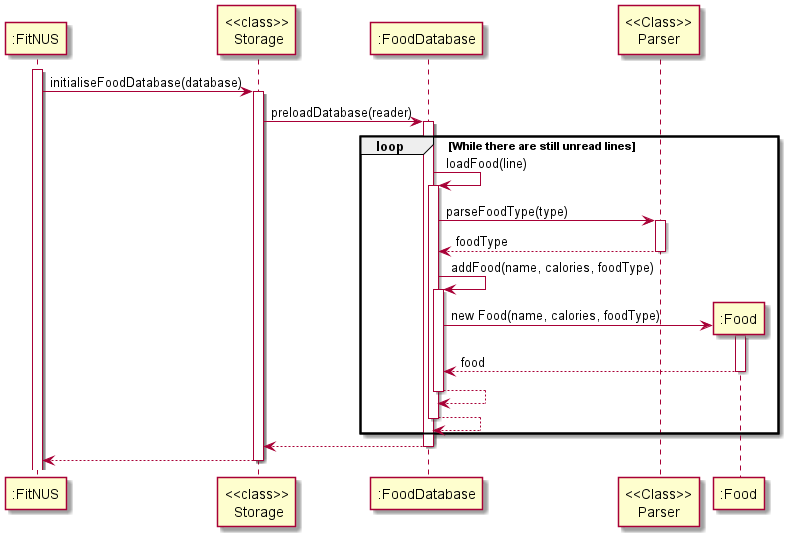
Earlier version of the PlantUML export docs/diagrams-DG/Storage_sequence_initialise.png (praj-bellakka/tp).
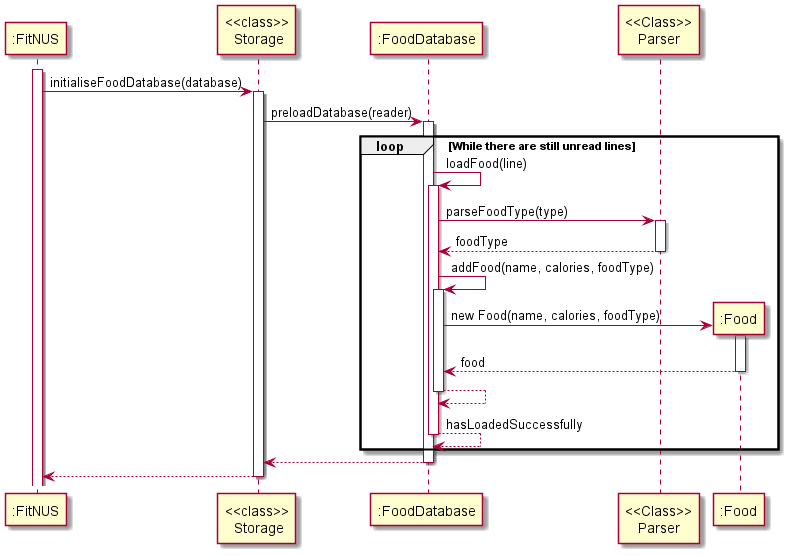
After the commit.

Commit message:
Update sequence diagrams

The edit, as a diff of the source:
```diff
@@ -23,7 +23,7 @@
 
     return
 
-    return
+    return hasLoadedSuccessfully
 end
 return
 
```
